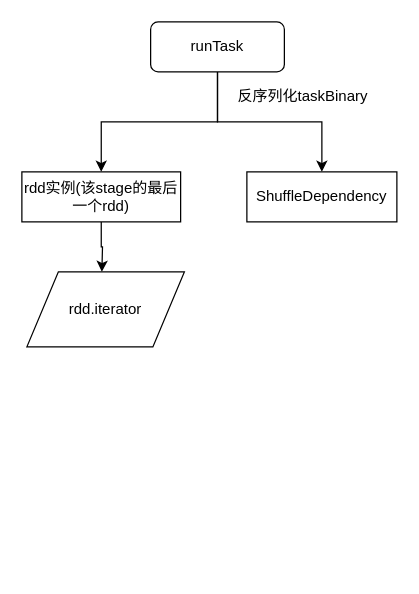
Above: ShuffleMapTask.drawio in yugecxy/diagram (draw.io), before the change. Source tidied: cells renumbered, new cells numbered last; positions are measured from the earlier drawing's top-left corner, leaving out a move shared by most shapes. Both pictures are drawn from the tidied source at 125%, with x=0, y=0 at pixel (21, 21).
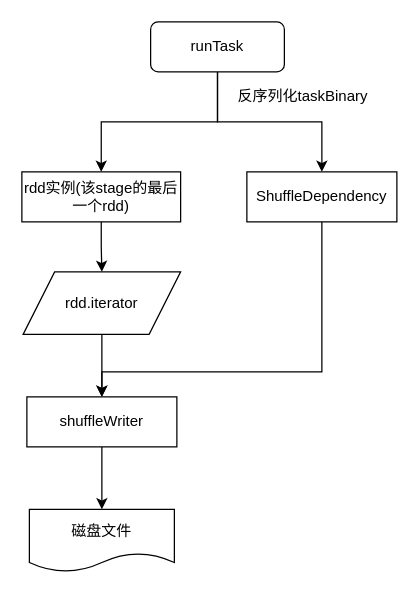
The same page after the edit.

The edit, as a diff of the source:
```diff
@@
 <mxGraphModel>
   <root>
     <mxCell id="0" />
     <mxCell id="1" parent="0" />
     <mxCell id="2" style="edgeStyle=orthogonalEdgeStyle;rounded=0;jettySize=auto;html=1;exitX=0.5;exitY=1;exitDx=0;exitDy=0;" parent="1" edge="1" source="4" target="7">
       <mxGeometry relative="1" as="geometry" />
     </mxCell>
     <mxCell id="3" style="edgeStyle=orthogonalEdgeStyle;rounded=0;jettySize=auto;html=1;exitX=0.5;exitY=1;exitDx=0;exitDy=0;entryX=0.5;entryY=0;entryDx=0;entryDy=0;" parent="1" edge="1" source="4" target="8">
       <mxGeometry relative="1" as="geometry" />
     </mxCell>
     <mxCell id="4" value="runTask" style="rounded=1;whiteSpace=wrap;html=1;" parent="1" vertex="1">
       <mxGeometry x="103" width="107" height="40" as="geometry" />
     </mxCell>
     <mxCell id="5" value="反序列化taskBinary" style="text;html=1;strokeColor=none;fillColor=none;align=center;verticalAlign=middle;whiteSpace=wrap;rounded=0;" parent="1" vertex="1">
       <mxGeometry x="160" y="50" width="130" height="20" as="geometry" />
     </mxCell>
-    <mxCell id="6" style="edgeStyle=orthogonalEdgeStyle;rounded=0;jettySize=auto;html=1;exitX=0.5;exitY=1;exitDx=0;exitDy=0;" parent="1" edge="1" source="7">
-      <mxGeometry relative="1" as="geometry">
-        <mxPoint x="64" y="200" as="targetPoint" />
-      </mxGeometry>
-    </mxCell>
+    <mxCell id="10" style="edgeStyle=orthogonalEdgeStyle;rounded=0;jettySize=auto;html=1;" parent="1" edge="1" source="7" target="9">
+      <mxGeometry relative="1" as="geometry" />
+    </mxCell>
     <mxCell id="7" value="rdd实例(该stage的最后一个rdd)" style="rounded=0;whiteSpace=wrap;html=1;" parent="1" vertex="1">
       <mxGeometry y="120" width="127" height="40" as="geometry" />
     </mxCell>
+    <mxCell id="11" style="edgeStyle=orthogonalEdgeStyle;rounded=0;jettySize=auto;html=1;exitX=0.5;exitY=1;exitDx=0;exitDy=0;" parent="1" edge="1" source="8">
+      <mxGeometry relative="1" as="geometry">
+        <mxPoint x="64" y="300" as="targetPoint" />
+        <Array as="points">
+          <mxPoint x="240" y="280" />
+          <mxPoint x="64" y="280" />
+        </Array>
+      </mxGeometry>
+    </mxCell>
     <mxCell id="8" value="&lt;span&gt;ShuffleDependency&lt;/span&gt;" style="rounded=0;whiteSpace=wrap;html=1;" parent="1" vertex="1">
       <mxGeometry x="180" y="120" width="120" height="40" as="geometry" />
     </mxCell>
+    <mxCell id="12" style="edgeStyle=orthogonalEdgeStyle;rounded=0;jettySize=auto;html=1;exitX=0.5;exitY=1;exitDx=0;exitDy=0;entryX=0.5;entryY=0;entryDx=0;entryDy=0;" parent="1" edge="1" source="9">
+      <mxGeometry relative="1" as="geometry">
+        <mxPoint x="64" y="300" as="targetPoint" />
+      </mxGeometry>
+    </mxCell>
     <mxCell id="9" value="&lt;span&gt;rdd.iterator&lt;/span&gt;" style="shape=parallelogram;perimeter=parallelogramPerimeter;whiteSpace=wrap;html=1;" parent="1" vertex="1">
-      <mxGeometry x="4" y="200" width="126" height="60" as="geometry" />
+      <mxGeometry x="1" y="200" width="126" height="50" as="geometry" />
     </mxCell>
+    <mxCell id="13" style="edgeStyle=orthogonalEdgeStyle;rounded=0;jettySize=auto;html=1;exitX=0.5;exitY=1;exitDx=0;exitDy=0;entryX=0.5;entryY=0;entryDx=0;entryDy=0;" parent="1" edge="1" source="14" target="15">
+      <mxGeometry relative="1" as="geometry" />
+    </mxCell>
+    <mxCell id="14" value="shuffleWriter" style="rounded=0;whiteSpace=wrap;html=1;" parent="1" vertex="1">
+      <mxGeometry x="4" y="300" width="120" height="40" as="geometry" />
+    </mxCell>
+    <mxCell id="15" value="磁盘文件" style="shape=document;whiteSpace=wrap;html=1;boundedLbl=1;" parent="1" vertex="1">
+      <mxGeometry x="6" y="390" width="116" height="50" as="geometry" />
+    </mxCell>
   </root>
 </mxGraphModel>
```
